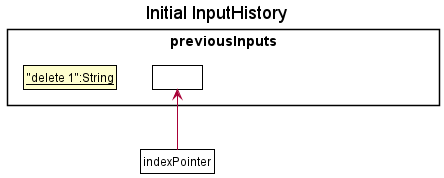
This is docs/images/PreviousInputState1.png from s7manth/tp, a PlantUML export, as it was before one commit. Source of this version:
```plantuml
@startuml
!include style.puml
skinparam ClassFontColor #000000
skinparam ClassBorderColor #000000

title Initial InputHistory

package previousInputs {
    class Input0 as "__"delete 1":String__"
    class Input1 as " " #FFFFFF
    class Input2 as "__input2:String__"
    class Input3 as "__input3:String__"
}
Input0 -[hidden]right-> Input1
Input1 -[hidden]right-> Input2
Input2 -[hidden]right-> Input3
hide Input2
hide Input3

class Pointer as "indexPointer" #FFFFFF
Pointer -up-> Input1

@enduml
```
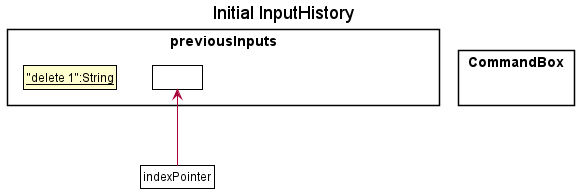
The same diagram one commit later.

Commit message:
[DOC] Add partial docs for previous input in DG

What changed in the source:
```diff
@@ -11,6 +11,10 @@
     class Input2 as "__input2:String__"
     class Input3 as "__input3:String__"
 }
+
+package CommandBox{
+}
+
 Input0 -[hidden]right-> Input1
 Input1 -[hidden]right-> Input2
 Input2 -[hidden]right-> Input3
```
